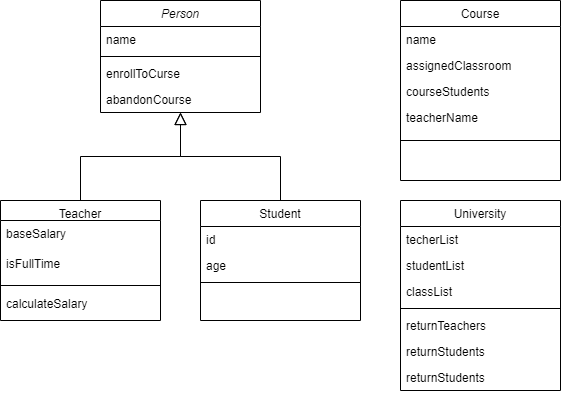
ChristianMartinezTech/UniversityGlobant keeps this draw.io diagram as UniversityUML.png. Above is the earlier version. Source tidied: cells renumbered, new cells last; positions are measured from the earlier drawing's top-left corner, leaving out a move shared by most shapes.
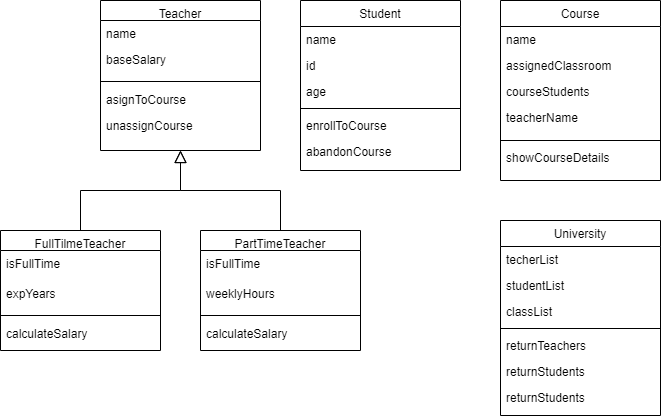
After the change.

Commit message:
UML Updated, also Teacher Data Model finished

What changed in the source:
```diff
@@ -2,56 +2,47 @@
   <root>
     <mxCell id="0" />
     <mxCell id="1" parent="0" />
-    <mxCell id="2" value="Person" style="swimlane;fontStyle=2;align=center;verticalAlign=top;horizontal=1;startSize=26;rounded=0;shadow=0;strokeWidth=1;" parent="1" vertex="1">
-      <mxGeometry x="100" width="160" height="112" as="geometry" />
-    </mxCell>
+    <mxCell id="7" value="Teacher" style="swimlane;fontStyle=0;align=center;verticalAlign=top;horizontal=1;startSize=20;rounded=0;shadow=0;strokeWidth=1;" parent="1" vertex="1">
+      <mxGeometry width="160" height="150" as="geometry" />
+    </mxCell>
+    <mxCell id="32" value="name" style="text;align=left;verticalAlign=top;spacingLeft=4;spacingRight=4;overflow=hidden;" parent="7" vertex="1">
+      <mxGeometry y="20" width="160" height="26" as="geometry" />
+    </mxCell>
+    <mxCell id="8" value="baseSalary" style="text;align=left;verticalAlign=top;spacingLeft=4;spacingRight=4;overflow=hidden;" parent="7" vertex="1">
+      <mxGeometry y="46" width="160" height="30" as="geometry" />
+    </mxCell>
+    <mxCell id="10" style="line;html=1;strokeWidth=1;align=left;verticalAlign=middle;spacingTop=-1;spacingLeft=3;spacingRight=3;labelPosition=right;" parent="7" vertex="1">
+      <mxGeometry y="76" width="160" height="10" as="geometry" />
+    </mxCell>
+    <mxCell id="33" value="asignToCourse" style="text;align=left;verticalAlign=top;spacingLeft=4;spacingRight=4;overflow=hidden;" parent="7" vertex="1">
+      <mxGeometry y="86" width="160" height="26" as="geometry" />
+    </mxCell>
+    <mxCell id="34" value="unassignCourse" style="text;align=left;verticalAlign=top;spacingLeft=4;spacingRight=4;overflow=hidden;" parent="7" vertex="1">
+      <mxGeometry y="112" width="160" height="26" as="geometry" />
+    </mxCell>
+    <mxCell id="13" value="Student" style="swimlane;fontStyle=0;align=center;verticalAlign=top;horizontal=1;startSize=26;rounded=0;shadow=0;strokeWidth=1;" parent="1" vertex="1">
+      <mxGeometry x="200" width="160" height="170" as="geometry" />
+    </mxCell>
-    <mxCell id="3" value="name" style="text;align=left;verticalAlign=top;spacingLeft=4;spacingRight=4;overflow=hidden;" parent="2" vertex="1">
+    <mxCell id="3" value="name" style="text;align=left;verticalAlign=top;spacingLeft=4;spacingRight=4;overflow=hidden;" parent="13" vertex="1">
       <mxGeometry y="26" width="160" height="26" as="geometry" />
     </mxCell>
-    <mxCell id="4" style="line;html=1;strokeWidth=1;align=left;verticalAlign=middle;spacingTop=-1;spacingLeft=3;spacingRight=3;labelPosition=right;" parent="2" vertex="1">
-      <mxGeometry y="52" width="160" height="8" as="geometry" />
-    </mxCell>
-    <mxCell id="5" value="enrollToCurse" style="text;align=left;verticalAlign=top;spacingLeft=4;spacingRight=4;overflow=hidden;" parent="2" vertex="1">
-      <mxGeometry y="60" width="160" height="26" as="geometry" />
-    </mxCell>
-    <mxCell id="6" value="abandonCourse" style="text;align=left;verticalAlign=top;spacingLeft=4;spacingRight=4;overflow=hidden;" parent="2" vertex="1">
-      <mxGeometry y="86" width="160" height="26" as="geometry" />
-    </mxCell>
-    <mxCell id="7" value="Teacher" style="swimlane;fontStyle=0;align=center;verticalAlign=top;horizontal=1;startSize=20;rounded=0;shadow=0;strokeWidth=1;" parent="1" vertex="1">
-      <mxGeometry y="200" width="160" height="120" as="geometry" />
-    </mxCell>
-    <mxCell id="8" value="baseSalary" style="text;align=left;verticalAlign=top;spacingLeft=4;spacingRight=4;overflow=hidden;" parent="7" vertex="1">
-      <mxGeometry y="20" width="160" height="30" as="geometry" />
-    </mxCell>
-    <mxCell id="9" value="isFullTime" style="text;align=left;verticalAlign=top;spacingLeft=4;spacingRight=4;overflow=hidden;" parent="7" vertex="1">
-      <mxGeometry y="50" width="160" height="30" as="geometry" />
-    </mxCell>
-    <mxCell id="10" style="line;html=1;strokeWidth=1;align=left;verticalAlign=middle;spacingTop=-1;spacingLeft=3;spacingRight=3;labelPosition=right;" parent="7" vertex="1">
-      <mxGeometry y="80" width="160" height="10" as="geometry" />
-    </mxCell>
-    <mxCell id="11" value="calculateSalary" style="text;align=left;verticalAlign=top;spacingLeft=4;spacingRight=4;overflow=hidden;" parent="7" vertex="1">
-      <mxGeometry y="90" width="160" height="30" as="geometry" />
-    </mxCell>
-    <mxCell id="12" style="endArrow=block;endSize=10;endFill=0;shadow=0;strokeWidth=1;rounded=0;edgeStyle=elbowEdgeStyle;elbow=vertical;" parent="1" edge="1" source="7" target="2">
-      <mxGeometry relative="1" as="geometry" />
-    </mxCell>
-    <mxCell id="13" value="Student" style="swimlane;fontStyle=0;align=center;verticalAlign=top;horizontal=1;startSize=26;rounded=0;shadow=0;strokeWidth=1;" parent="1" vertex="1">
-      <mxGeometry x="200" y="200" width="160" height="120" as="geometry" />
-    </mxCell>
     <mxCell id="14" value="id" style="text;align=left;verticalAlign=top;spacingLeft=4;spacingRight=4;overflow=hidden;" parent="13" vertex="1">
-      <mxGeometry y="26" width="160" height="26" as="geometry" />
+      <mxGeometry y="52" width="160" height="26" as="geometry" />
     </mxCell>
     <mxCell id="15" value="age" style="text;align=left;verticalAlign=top;spacingLeft=4;spacingRight=4;overflow=hidden;" parent="13" vertex="1">
-      <mxGeometry y="52" width="160" height="26" as="geometry" />
+      <mxGeometry y="78" width="160" height="26" as="geometry" />
     </mxCell>
     <mxCell id="16" style="line;html=1;strokeWidth=1;align=left;verticalAlign=middle;spacingTop=-1;spacingLeft=3;spacingRight=3;labelPosition=right;" parent="13" vertex="1">
-      <mxGeometry y="78" width="160" height="8" as="geometry" />
+      <mxGeometry y="104" width="160" height="8" as="geometry" />
     </mxCell>
-    <mxCell id="17" style="endArrow=block;endSize=10;endFill=0;shadow=0;strokeWidth=1;rounded=0;edgeStyle=elbowEdgeStyle;elbow=vertical;" parent="1" edge="1" source="13" target="2">
-      <mxGeometry relative="1" as="geometry" />
-    </mxCell>
+    <mxCell id="5" value="enrollToCourse" style="text;align=left;verticalAlign=top;spacingLeft=4;spacingRight=4;overflow=hidden;" parent="13" vertex="1">
+      <mxGeometry y="112" width="160" height="26" as="geometry" />
+    </mxCell>
+    <mxCell id="6" value="abandonCourse" style="text;align=left;verticalAlign=top;spacingLeft=4;spacingRight=4;overflow=hidden;" parent="13" vertex="1">
+      <mxGeometry y="138" width="160" height="32" as="geometry" />
+    </mxCell>
     <mxCell id="18" value="University" style="swimlane;fontStyle=0;align=center;verticalAlign=top;horizontal=1;startSize=26;rounded=0;shadow=0;strokeWidth=1;" parent="1" vertex="1">
-      <mxGeometry x="400" y="200" width="160" height="190" as="geometry" />
+      <mxGeometry x="400" y="220" width="160" height="195" as="geometry" />
     </mxCell>
     <mxCell id="19" value="techerList" style="text;align=left;verticalAlign=top;spacingLeft=4;spacingRight=4;overflow=hidden;" parent="18" vertex="1">
       <mxGeometry y="26" width="160" height="26" as="geometry" />
@@ -92,5 +83,50 @@
     <mxCell id="31" style="line;html=1;strokeWidth=1;align=left;verticalAlign=middle;spacingTop=-1;spacingLeft=3;spacingRight=3;labelPosition=right;" parent="26" vertex="1">
       <mxGeometry y="136" width="160" height="8" as="geometry" />
     </mxCell>
+    <mxCell id="35" value="showCourseDetails" style="text;align=left;verticalAlign=top;spacingLeft=4;spacingRight=4;overflow=hidden;" parent="26" vertex="1">
+      <mxGeometry y="144" width="160" height="26" as="geometry" />
+    </mxCell>
+    <mxCell id="36" value="FullTilmeTeacher" style="swimlane;fontStyle=0;align=center;verticalAlign=top;horizontal=1;startSize=20;rounded=0;shadow=0;strokeWidth=1;" parent="1" vertex="1">
+      <mxGeometry x="-100" y="230" width="160" height="120" as="geometry" />
+    </mxCell>
+    <mxCell id="37" value="isFullTime" style="text;align=left;verticalAlign=top;spacingLeft=4;spacingRight=4;overflow=hidden;" parent="36" vertex="1">
+      <mxGeometry y="20" width="160" height="30" as="geometry" />
+    </mxCell>
+    <mxCell id="38" value="expYears" style="text;align=left;verticalAlign=top;spacingLeft=4;spacingRight=4;overflow=hidden;" parent="36" vertex="1">
+      <mxGeometry y="50" width="160" height="30" as="geometry" />
+    </mxCell>
+    <mxCell id="39" style="line;html=1;strokeWidth=1;align=left;verticalAlign=middle;spacingTop=-1;spacingLeft=3;spacingRight=3;labelPosition=right;" parent="36" vertex="1">
+      <mxGeometry y="80" width="160" height="10" as="geometry" />
+    </mxCell>
+    <mxCell id="40" value="calculateSalary" style="text;align=left;verticalAlign=top;spacingLeft=4;spacingRight=4;overflow=hidden;" parent="36" vertex="1">
+      <mxGeometry y="90" width="160" height="30" as="geometry" />
+    </mxCell>
+    <mxCell id="41" value="PartTimeTeacher" style="swimlane;fontStyle=0;align=center;verticalAlign=top;horizontal=1;startSize=20;rounded=0;shadow=0;strokeWidth=1;" parent="1" vertex="1">
+      <mxGeometry x="100" y="230" width="160" height="120" as="geometry" />
+    </mxCell>
+    <mxCell id="42" value="isFullTime" style="text;align=left;verticalAlign=top;spacingLeft=4;spacingRight=4;overflow=hidden;" parent="41" vertex="1">
+      <mxGeometry y="20" width="160" height="30" as="geometry" />
+    </mxCell>
+    <mxCell id="43" value="weeklyHours" style="text;align=left;verticalAlign=top;spacingLeft=4;spacingRight=4;overflow=hidden;" parent="41" vertex="1">
+      <mxGeometry y="50" width="160" height="30" as="geometry" />
+    </mxCell>
+    <mxCell id="44" style="line;html=1;strokeWidth=1;align=left;verticalAlign=middle;spacingTop=-1;spacingLeft=3;spacingRight=3;labelPosition=right;" parent="41" vertex="1">
+      <mxGeometry y="80" width="160" height="10" as="geometry" />
+    </mxCell>
+    <mxCell id="45" value="calculateSalary" style="text;align=left;verticalAlign=top;spacingLeft=4;spacingRight=4;overflow=hidden;" parent="41" vertex="1">
+      <mxGeometry y="90" width="160" height="30" as="geometry" />
+    </mxCell>
+    <mxCell id="46" style="endArrow=block;endSize=10;endFill=0;shadow=0;strokeWidth=1;rounded=0;edgeStyle=elbowEdgeStyle;elbow=vertical;" parent="1" edge="1">
+      <mxGeometry relative="1" as="geometry">
+        <mxPoint x="180" y="230" as="sourcePoint" />
+        <mxPoint x="80" y="150" as="targetPoint" />
+      </mxGeometry>
+    </mxCell>
+    <mxCell id="47" style="endArrow=block;endSize=10;endFill=0;shadow=0;strokeWidth=1;rounded=0;edgeStyle=elbowEdgeStyle;elbow=vertical;" parent="1" edge="1">
+      <mxGeometry relative="1" as="geometry">
+        <mxPoint x="-20" y="230" as="sourcePoint" />
+        <mxPoint x="80" y="150" as="targetPoint" />
+      </mxGeometry>
+    </mxCell>
   </root>
 </mxGraphModel>
```
